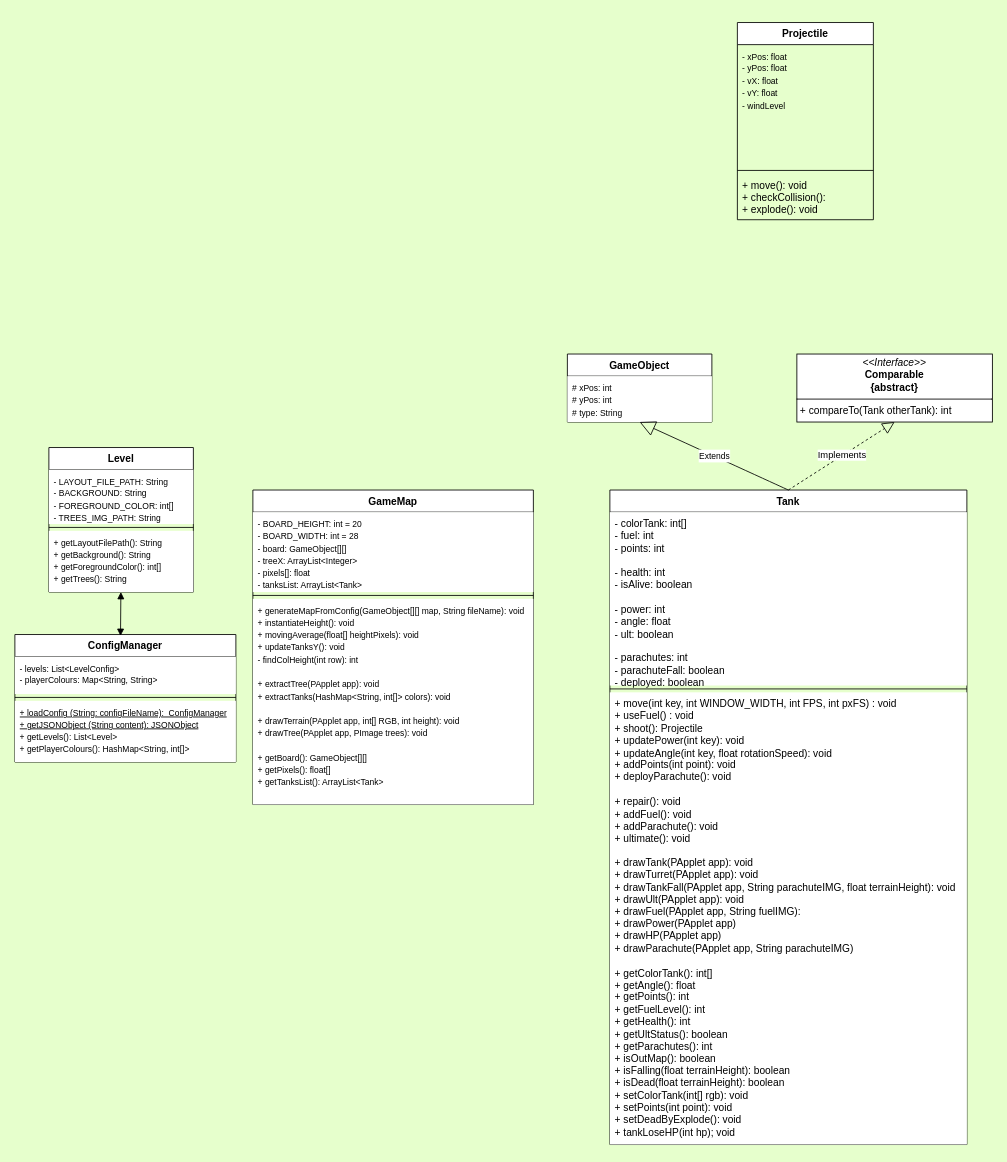
Before: Tanks Layout.drawio in NguyenChHieu/Tanks, a draw.io diagram. Source tidied: cells renumbered, new cells numbered last; positions are measured from the earlier drawing's top-left corner, leaving out a move shared by most shapes. Both pictures are drawn from the tidied source at 85%, with x=0, y=0 at pixel (14, 22).
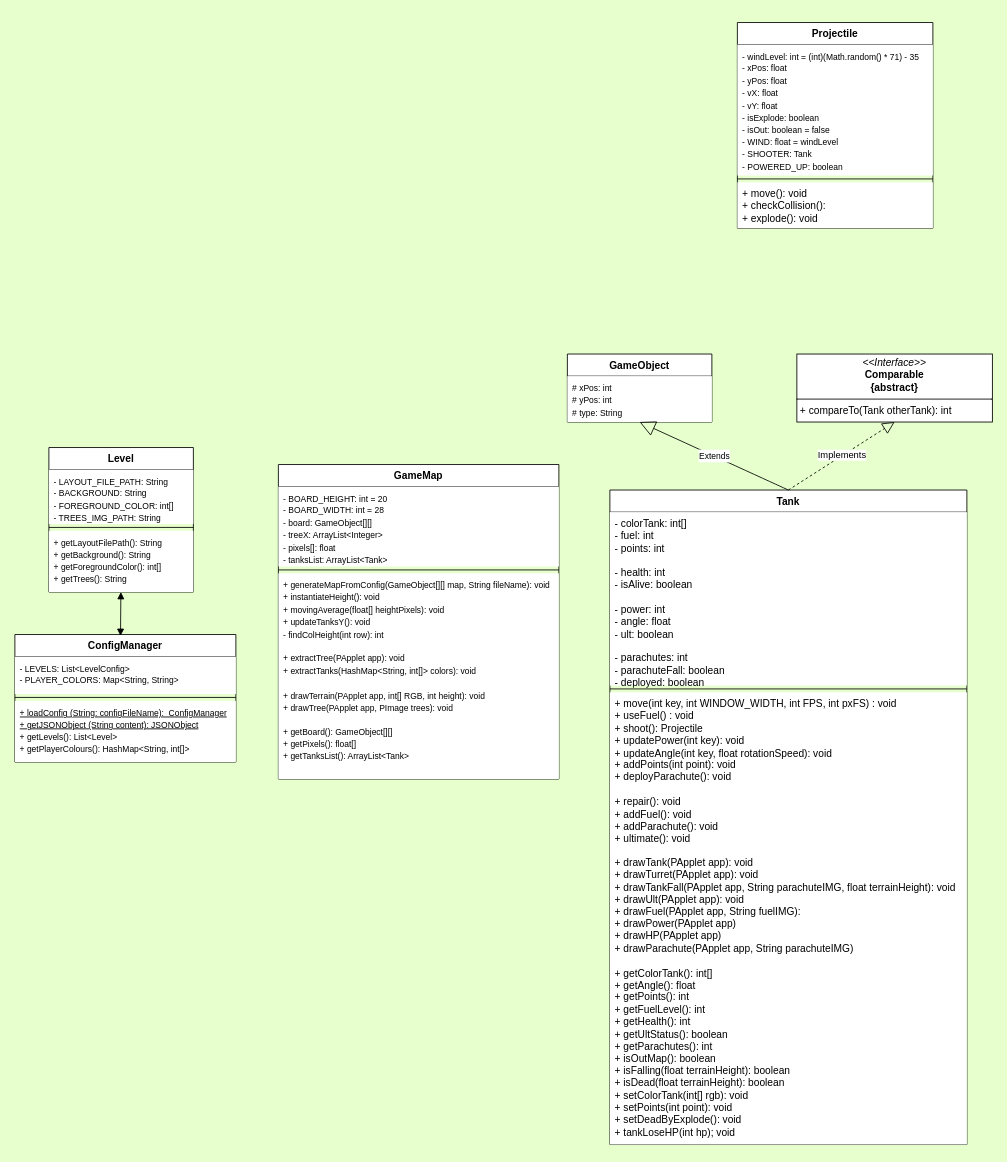
The same diagram, later.

Unchanged cells that the change refers to:
```xml
<mxCell id="6" value="ConfigManager" style="swimlane;fontStyle=1;align=center;verticalAlign=top;horizontal=1;startSize=26;whiteSpace=wrap;html=1;" parent="1" vertex="1">
  <mxGeometry y="720" width="260" height="150" as="geometry" />
</mxCell>
```

What changed in the source:
```diff
@@
-    <mxCell id="7" value="&lt;font style=&quot;font-size: 10px;&quot;&gt;- levels: List&amp;lt;LevelConfig&amp;gt;&lt;/font&gt;&lt;div&gt;&lt;font style=&quot;font-size: 10px;&quot;&gt;- playerColours: Map&amp;lt;String, String&amp;gt;&lt;/font&gt;&lt;/div&gt;" style="text;strokeColor=none;fillColor=default;align=left;verticalAlign=top;spacingLeft=4;spacingRight=4;overflow=hidden;whiteSpace=wrap;html=1;" parent="6" vertex="1">
+    <mxCell id="7" value="&lt;font style=&quot;font-size: 10px;&quot;&gt;- LEVELS: List&amp;lt;LevelConfig&amp;gt;&lt;/font&gt;&lt;div&gt;&lt;font style=&quot;font-size: 10px;&quot;&gt;- PLAYER_COLORS: Map&amp;lt;String, String&amp;gt;&lt;/font&gt;&lt;/div&gt;" style="text;strokeColor=none;fillColor=default;align=left;verticalAlign=top;spacingLeft=4;spacingRight=4;overflow=hidden;whiteSpace=wrap;html=1;" parent="6" vertex="1">
       <mxGeometry y="26" width="260" height="44" as="geometry" />
     </mxCell>
@@
     <mxCell id="14" value="Projectile" style="swimlane;fontStyle=1;align=center;verticalAlign=top;horizontal=1;startSize=26;whiteSpace=wrap;html=1;" parent="1" vertex="1">
-      <mxGeometry x="850" width="160" height="232" as="geometry" />
+      <mxGeometry x="850" width="230" height="242" as="geometry" />
     </mxCell>
-    <mxCell id="15" value="&lt;div&gt;&lt;font style=&quot;font-size: 10px;&quot;&gt;- xPos: float&lt;/font&gt;&lt;/div&gt;&lt;div&gt;&lt;font style=&quot;font-size: 10px;&quot;&gt;- yPos: float&lt;/font&gt;&lt;/div&gt;&lt;div&gt;&lt;font style=&quot;font-size: 10px;&quot;&gt;- vX: float&lt;/font&gt;&lt;/div&gt;&lt;div&gt;&lt;font style=&quot;font-size: 10px;&quot;&gt;- vY: float&lt;/font&gt;&lt;/div&gt;&lt;div&gt;&lt;font style=&quot;font-size: 10px;&quot;&gt;- windLevel&lt;/font&gt;&lt;/div&gt;" style="text;strokeColor=none;fillColor=none;align=left;verticalAlign=top;spacingLeft=4;spacingRight=4;overflow=hidden;whiteSpace=wrap;html=1;" parent="14" vertex="1">
-      <mxGeometry y="26" width="160" height="144" as="geometry" />
+    <mxCell id="15" value="&lt;div&gt;&lt;font style=&quot;font-size: 10px;&quot;&gt;- windLevel: int = (int)(Math.random() * 71) - 35&amp;nbsp;&lt;/font&gt;&lt;/div&gt;&lt;div&gt;&lt;font style=&quot;font-size: 10px;&quot;&gt;- xPos: float&lt;/font&gt;&lt;/div&gt;&lt;div&gt;&lt;font style=&quot;font-size: 10px;&quot;&gt;- yPos: float&lt;/font&gt;&lt;/div&gt;&lt;div&gt;&lt;font style=&quot;font-size: 10px;&quot;&gt;- vX: float&lt;/font&gt;&lt;/div&gt;&lt;div&gt;&lt;font style=&quot;font-size: 10px;&quot;&gt;- vY: float&lt;/font&gt;&lt;/div&gt;&lt;div&gt;&lt;span style=&quot;font-size: 10px;&quot;&gt;- isExplode: boolean&lt;/span&gt;&lt;/div&gt;&lt;div&gt;&lt;span style=&quot;font-size: 10px;&quot;&gt;- isOut: boolean = false&lt;/span&gt;&lt;/div&gt;&lt;div&gt;&lt;font style=&quot;font-size: 10px;&quot;&gt;- WIND: float = windLevel&lt;/font&gt;&lt;/div&gt;&lt;div&gt;&lt;font style=&quot;font-size: 10px;&quot;&gt;- SHOOTER: Tank&lt;/font&gt;&lt;/div&gt;&lt;div&gt;&lt;font style=&quot;font-size: 10px;&quot;&gt;- POWERED_UP: boolean&lt;/font&gt;&lt;/div&gt;&lt;div&gt;&lt;font style=&quot;font-size: 10px;&quot;&gt;&lt;br&gt;&lt;/font&gt;&lt;/div&gt;" style="text;strokeColor=none;fillColor=default;align=left;verticalAlign=top;spacingLeft=4;spacingRight=4;overflow=hidden;whiteSpace=wrap;html=1;" parent="14" vertex="1">
+      <mxGeometry y="26" width="230" height="154" as="geometry" />
     </mxCell>
     <mxCell id="16" style="line;strokeWidth=1;fillColor=none;align=left;verticalAlign=middle;spacingTop=-1;spacingLeft=3;spacingRight=3;labelPosition=right;strokeColor=inherit;" parent="14" vertex="1">
-      <mxGeometry y="170" width="160" height="8" as="geometry" />
+      <mxGeometry y="180" width="230" height="8" as="geometry" />
     </mxCell>
-    <mxCell id="17" value="+ move(): void&lt;div&gt;+ checkCollision():&lt;/div&gt;&lt;div&gt;+ explode(): void&lt;/div&gt;" style="text;strokeColor=none;fillColor=none;align=left;verticalAlign=top;spacingLeft=4;spacingRight=4;overflow=hidden;whiteSpace=wrap;html=1;" parent="14" vertex="1">
-      <mxGeometry y="178" width="160" height="54" as="geometry" />
+    <mxCell id="17" value="+ move(): void&lt;div&gt;+ checkCollision():&lt;/div&gt;&lt;div&gt;+ explode(): void&lt;/div&gt;" style="text;strokeColor=none;fillColor=default;align=left;verticalAlign=top;spacingLeft=4;spacingRight=4;overflow=hidden;whiteSpace=wrap;html=1;" parent="14" vertex="1">
+      <mxGeometry y="188" width="230" height="54" as="geometry" />
     </mxCell>
     <mxCell id="18" value="GameMap" style="swimlane;fontStyle=1;align=center;verticalAlign=top;horizontal=1;startSize=26;whiteSpace=wrap;html=1;" parent="1" vertex="1">
-      <mxGeometry x="280" y="550" width="330" height="370" as="geometry" />
+      <mxGeometry x="310" y="520" width="330" height="370" as="geometry" />
     </mxCell>
```
